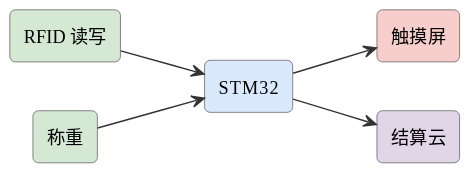
mingyi0818/IntelligentMcuCourse keeps this PlantUML diagram as assets/diagrams/ideas-fig114.svg. Above is the earlier version.
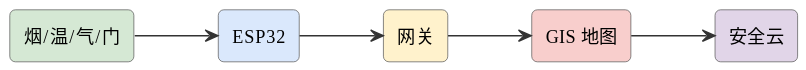
The same diagram one commit later.

Change to the diagram source:
```diff
@@ -6,13 +6,13 @@
 skinparam arrowFontSize 11
 skinparam arrowColor #333
 left to right direction
-rectangle "RFID 读写" as rfid #d5e8d4
-rectangle "称重" as w #d5e8d4
-rectangle "STM32" as stm #dae8fc
-rectangle "触摸屏" as scr #f8cecc
-rectangle "结算云" as cloud #e1d5e8
-rfid --> stm
-w --> stm
-stm --> scr
-stm --> cloud
+rectangle "烟/温/气/门" as s #d5e8d4
+rectangle "ESP32" as esp #dae8fc
+rectangle "网关" as gw #fff2cc
+rectangle "GIS 地图" as gis #f8cecc
+rectangle "安全云" as cloud #e1d5e8
+s --> esp
+esp --> gw
+gw --> gis
+gis --> cloud
 @enduml
```
